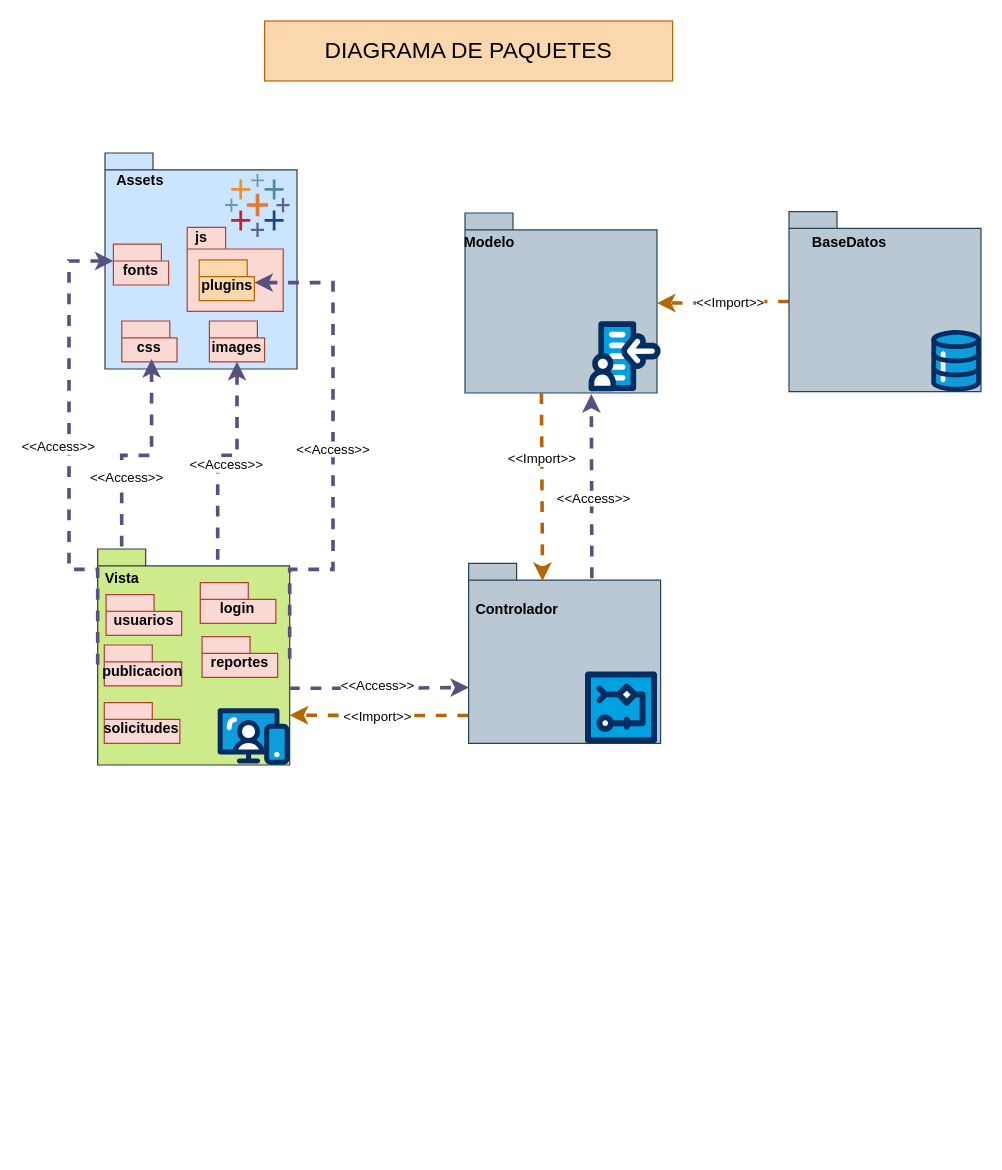
The draw.io diagram Editables/Diagramapaquetes.drawio in EilerGomez/proyectoFinal_TS1_2S_2024, before the edit. Source tidied: cells renumbered, new cells numbered last; positions are measured from the earlier drawing's top-left corner, leaving out a move shared by most shapes. Both pictures are drawn from the tidied source at 120%, with x=0, y=0 at pixel (68, 20).
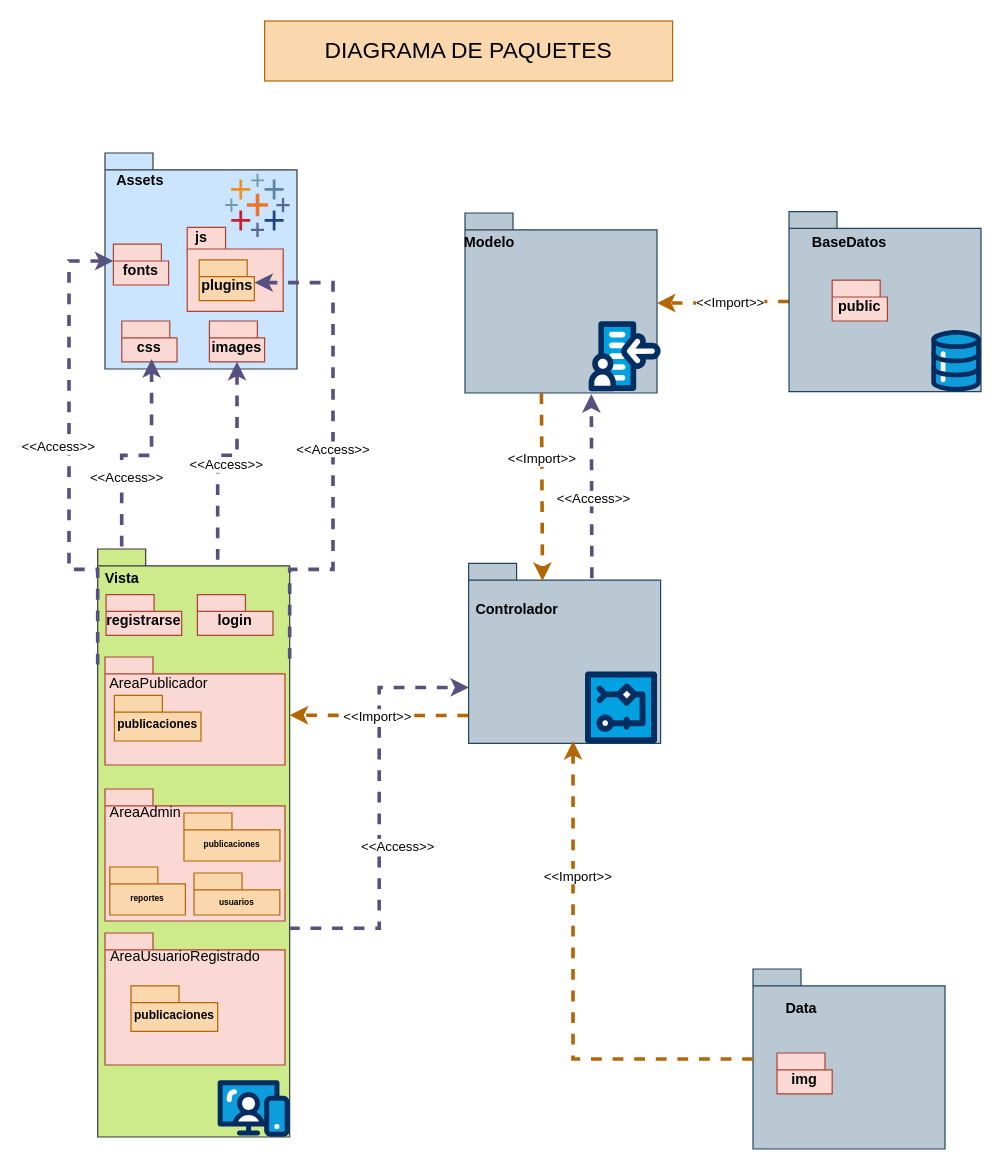
The same page after the edit.

Unchanged cells that the change refers to:
```xml
<mxCell id="14" style="shape=folder;fontStyle=1;spacingTop=10;tabWidth=40;tabHeight=14;tabPosition=left;html=1;whiteSpace=wrap;fillColor=#bac8d3;strokeColor=#23445d;" parent="1" vertex="1">
  <mxGeometry x="333" y="452" width="160" height="150" as="geometry" />
</mxCell>
```

Change to the diagram source:
```diff
@@
     <mxCell id="12" style="shape=folder;fontStyle=1;spacingTop=10;tabWidth=40;tabHeight=14;tabPosition=left;html=1;whiteSpace=wrap;fillColor=#cdeb8b;strokeColor=#36393d;" parent="1" vertex="1">
-      <mxGeometry x="23.9" y="440" width="160" height="180" as="geometry" />
+      <mxGeometry x="23.9" y="440" width="160" height="490" as="geometry" />
     </mxCell>
@@
-    <mxCell id="17" value="&lt;div&gt;&lt;font&gt;usuarios&lt;/font&gt;&lt;/div&gt;" style="shape=folder;fontStyle=1;spacingTop=10;tabWidth=40;tabHeight=14;tabPosition=left;html=1;whiteSpace=wrap;fillColor=#fad9d5;strokeColor=#ae4132;fontColor=#000000;" parent="1" vertex="1">
+    <mxCell id="17" value="&lt;div&gt;&lt;font&gt;registrarse&lt;/font&gt;&lt;/div&gt;" style="shape=folder;fontStyle=1;spacingTop=10;tabWidth=40;tabHeight=14;tabPosition=left;html=1;whiteSpace=wrap;fillColor=#fad9d5;strokeColor=#ae4132;fontColor=#000000;" parent="1" vertex="1">
       <mxGeometry x="30.9" y="478" width="63" height="34" as="geometry" />
     </mxCell>
     <mxCell id="18" value="&lt;div&gt;&lt;font&gt;login&lt;/font&gt;&lt;/div&gt;" style="shape=folder;fontStyle=1;spacingTop=10;tabWidth=40;tabHeight=14;tabPosition=left;html=1;whiteSpace=wrap;fillColor=#fad9d5;strokeColor=#ae4132;fontColor=#000000;" parent="1" vertex="1">
-      <mxGeometry x="109.4" y="468" width="63" height="34" as="geometry" />
+      <mxGeometry x="107" y="478" width="63" height="34" as="geometry" />
     </mxCell>
-    <mxCell id="19" value="&lt;div&gt;&lt;font&gt;publicacion&lt;/font&gt;&lt;/div&gt;" style="shape=folder;fontStyle=1;spacingTop=10;tabWidth=40;tabHeight=14;tabPosition=left;html=1;whiteSpace=wrap;fillColor=#fad9d5;strokeColor=#ae4132;fontColor=#000000;" parent="1" vertex="1">
-      <mxGeometry x="29.4" y="520" width="64.5" height="34" as="geometry" />
+    <mxCell id="19" style="shape=folder;fontStyle=1;spacingTop=10;tabWidth=40;tabHeight=14;tabPosition=left;html=1;whiteSpace=wrap;fillColor=#fad9d5;strokeColor=#ae4132;fontColor=#000000;" parent="1" vertex="1">
+      <mxGeometry x="30" y="640" width="150" height="110" as="geometry" />
     </mxCell>
-    <mxCell id="20" value="&lt;div&gt;&lt;font&gt;reportes&lt;/font&gt;&lt;/div&gt;" style="shape=folder;fontStyle=1;spacingTop=10;tabWidth=40;tabHeight=14;tabPosition=left;html=1;whiteSpace=wrap;fillColor=#fad9d5;strokeColor=#ae4132;fontColor=#000000;" parent="1" vertex="1">
-      <mxGeometry x="110.9" y="513" width="63" height="34" as="geometry" />
-    </mxCell>
-    <mxCell id="21" value="&lt;div&gt;&lt;font&gt;solicitudes&lt;/font&gt;&lt;/div&gt;" style="shape=folder;fontStyle=1;spacingTop=10;tabWidth=40;tabHeight=14;tabPosition=left;html=1;whiteSpace=wrap;fillColor=#fad9d5;strokeColor=#ae4132;fontColor=#000000;" parent="1" vertex="1">
-      <mxGeometry x="29.4" y="568" width="63" height="34" as="geometry" />
+    <mxCell id="21" style="shape=folder;fontStyle=1;spacingTop=10;tabWidth=40;tabHeight=14;tabPosition=left;html=1;whiteSpace=wrap;fillColor=#fad9d5;strokeColor=#ae4132;fontColor=#000000;" parent="1" vertex="1">
+      <mxGeometry x="30" y="530" width="150" height="90" as="geometry" />
     </mxCell>
@@
     <mxCell id="43" style="verticalLabelPosition=bottom;html=1;shape=mxgraph.salesforce.web;fontFamily=Helvetica;fontSize=11;fontColor=default;labelBackgroundColor=default;" parent="1" vertex="1">
-      <mxGeometry x="123.9" y="572.6" width="60" height="47.4" as="geometry" />
+      <mxGeometry x="123.9" y="882.6" width="60" height="47.4" as="geometry" />
     </mxCell>
@@
+    <mxCell id="47" style="shape=folder;fontStyle=1;spacingTop=10;tabWidth=40;tabHeight=14;tabPosition=left;html=1;whiteSpace=wrap;fillColor=#bac8d3;strokeColor=#23445d;" parent="1" vertex="1">
+      <mxGeometry x="570" y="790" width="160" height="150" as="geometry" />
+    </mxCell>
+    <mxCell id="48" value="Data" style="text;align=center;fontStyle=1;verticalAlign=middle;spacingLeft=3;spacingRight=3;strokeColor=none;html=1;fontColor=#000000;" parent="1" vertex="1">
+      <mxGeometry x="570" y="810" width="80" height="26" as="geometry" />
+    </mxCell>
+    <mxCell id="49" value="&lt;div&gt;&lt;font&gt;img&lt;/font&gt;&lt;/div&gt;" style="shape=folder;fontStyle=1;spacingTop=10;tabWidth=40;tabHeight=14;tabPosition=left;html=1;whiteSpace=wrap;fillColor=#fad9d5;strokeColor=#ae4132;fontColor=#000000;" parent="1" vertex="1">
+      <mxGeometry x="590" y="860" width="46" height="34" as="geometry" />
+    </mxCell>
+    <mxCell id="50" value="&lt;div&gt;&lt;font color=&quot;#000000&quot;&gt;public&lt;/font&gt;&lt;/div&gt;" style="shape=folder;fontStyle=1;spacingTop=10;tabWidth=40;tabHeight=14;tabPosition=left;html=1;whiteSpace=wrap;fillColor=#fad9d5;strokeColor=#ae4132;" parent="1" vertex="1">
+      <mxGeometry x="636" y="216" width="46" height="34" as="geometry" />
+    </mxCell>
+    <mxCell id="51" value="&lt;font color=&quot;#000000&quot;&gt;AreaAdmin&lt;/font&gt;" style="text;html=1;align=center;verticalAlign=middle;whiteSpace=wrap;rounded=0;" parent="1" vertex="1">
+      <mxGeometry x="30.9" y="650" width="66.1" height="20" as="geometry" />
+    </mxCell>
+    <mxCell id="20" value="&lt;div&gt;&lt;font color=&quot;#000000&quot; style=&quot;font-size: 7px;&quot;&gt;reportes&lt;/font&gt;&lt;/div&gt;" style="shape=folder;fontStyle=1;spacingTop=10;tabWidth=40;tabHeight=14;tabPosition=left;html=1;whiteSpace=wrap;fillColor=#fad7ac;strokeColor=#b46504;" parent="1" vertex="1">
+      <mxGeometry x="34" y="705" width="63" height="40" as="geometry" />
+    </mxCell>
+    <mxCell id="52" value="&lt;div&gt;&lt;font color=&quot;#000000&quot; style=&quot;font-size: 7px;&quot;&gt;usuarios&lt;/font&gt;&lt;/div&gt;" style="shape=folder;fontStyle=1;spacingTop=10;tabWidth=40;tabHeight=14;tabPosition=left;html=1;whiteSpace=wrap;fillColor=#fad7ac;strokeColor=#b46504;" parent="1" vertex="1">
+      <mxGeometry x="104.2" y="710" width="71.5" height="35" as="geometry" />
+    </mxCell>
+    <mxCell id="53" value="&lt;div&gt;&lt;font color=&quot;#000000&quot; style=&quot;font-size: 7px;&quot;&gt;publicaciones&lt;/font&gt;&lt;/div&gt;" style="shape=folder;fontStyle=1;spacingTop=10;tabWidth=40;tabHeight=14;tabPosition=left;html=1;whiteSpace=wrap;fillColor=#fad7ac;strokeColor=#b46504;" parent="1" vertex="1">
+      <mxGeometry x="95.8" y="660" width="80" height="40" as="geometry" />
+    </mxCell>
+    <mxCell id="54" value="&lt;div&gt;&lt;font color=&quot;#000000&quot; style=&quot;font-size: 10px;&quot;&gt;publicaciones&lt;/font&gt;&lt;/div&gt;" style="shape=folder;fontStyle=1;spacingTop=10;tabWidth=40;tabHeight=14;tabPosition=left;html=1;whiteSpace=wrap;fillColor=#fad7ac;strokeColor=#b46504;" parent="1" vertex="1">
+      <mxGeometry x="37.8" y="562" width="72.2" height="38" as="geometry" />
+    </mxCell>
+    <mxCell id="55" value="&lt;font color=&quot;#000000&quot;&gt;AreaPublicador&lt;/font&gt;" style="text;html=1;align=center;verticalAlign=middle;whiteSpace=wrap;rounded=0;" parent="1" vertex="1">
+      <mxGeometry x="41.9" y="542" width="66.1" height="20" as="geometry" />
+    </mxCell>
+    <mxCell id="56" style="shape=folder;fontStyle=1;spacingTop=10;tabWidth=40;tabHeight=14;tabPosition=left;html=1;whiteSpace=wrap;fillColor=#fad9d5;strokeColor=#ae4132;fontColor=#000000;" parent="1" vertex="1">
+      <mxGeometry x="30" y="760" width="150" height="110" as="geometry" />
+    </mxCell>
+    <mxCell id="57" value="&lt;font color=&quot;#000000&quot;&gt;AreaUsuarioRegistrado&lt;/font&gt;" style="text;html=1;align=center;verticalAlign=middle;whiteSpace=wrap;rounded=0;" parent="1" vertex="1">
+      <mxGeometry x="63.9" y="770" width="66.1" height="20" as="geometry" />
+    </mxCell>
+    <mxCell id="58" value="&lt;div&gt;&lt;font color=&quot;#000000&quot; style=&quot;font-size: 10px;&quot;&gt;publicaciones&lt;/font&gt;&lt;/div&gt;" style="shape=folder;fontStyle=1;spacingTop=10;tabWidth=40;tabHeight=14;tabPosition=left;html=1;whiteSpace=wrap;fillColor=#fad7ac;strokeColor=#b46504;" parent="1" vertex="1">
+      <mxGeometry x="51.7" y="804" width="72.2" height="38" as="geometry" />
+    </mxCell>
+    <mxCell id="59" style="edgeStyle=orthogonalEdgeStyle;shape=connector;rounded=0;jettySize=auto;html=1;entryX=0.544;entryY=0.987;entryDx=0;entryDy=0;entryPerimeter=0;dashed=1;strokeColor=#b46504;strokeWidth=3;align=center;verticalAlign=middle;fontFamily=Helvetica;fontSize=11;fontColor=default;labelBackgroundColor=default;startArrow=none;startFill=0;endArrow=classic;endFill=1;fillColor=#fad7ac;" parent="1" edge="1" source="47" target="14">
+      <mxGeometry relative="1" as="geometry" />
+    </mxCell>
+    <mxCell id="60" value="&amp;lt;&amp;lt;Import&amp;gt;&amp;gt;" style="edgeLabel;html=1;align=center;verticalAlign=middle;fontFamily=Helvetica;fontSize=11;fontColor=default;labelBackgroundColor=default;" parent="59" vertex="1">
+      <mxGeometry x="0.46" y="-3" relative="1" as="geometry" />
+    </mxCell>
```
